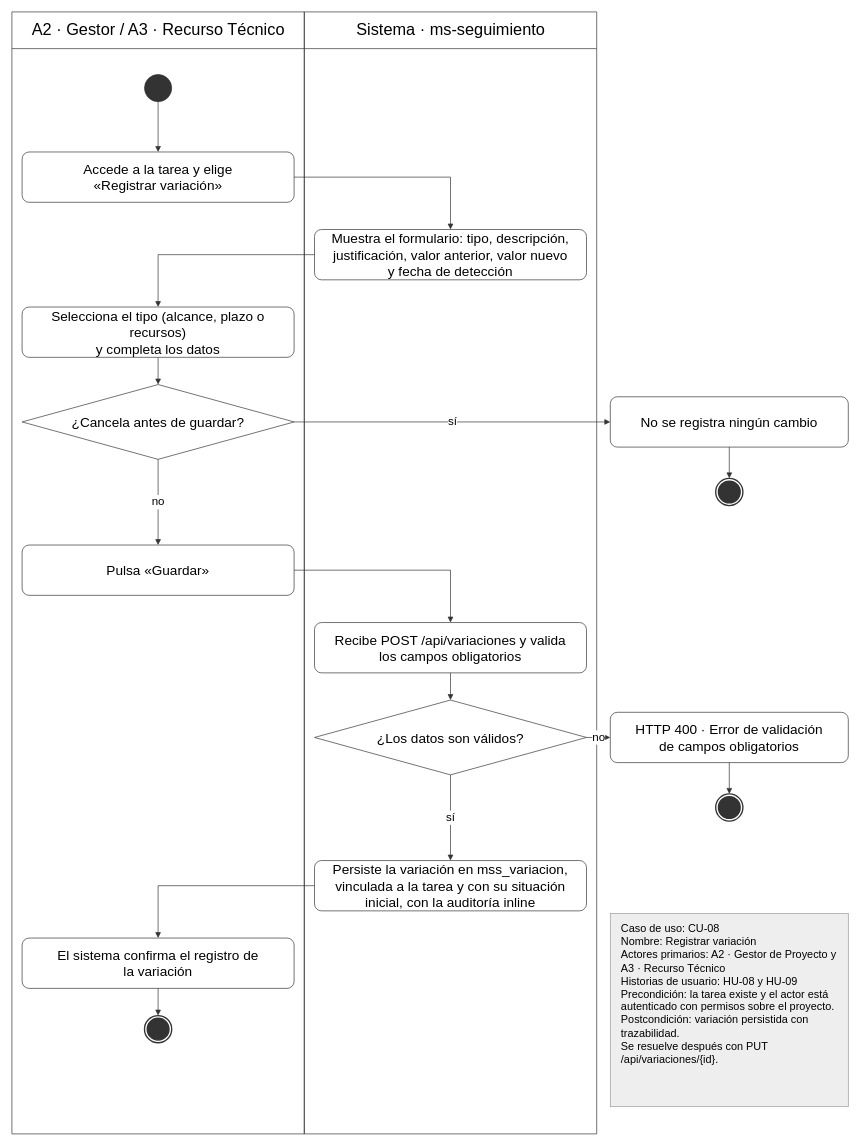
The draw.io diagram Docs/Diagramas/Actividad/CU-08_Registrar_Variacion.drawio in tfm-missi-2026/orquestacion, before the edit. Source tidied: cells renumbered, new cells numbered last; positions are measured from the earlier drawing's top-left corner, leaving out a move shared by most shapes. Both pictures are drawn from the tidied source at 68%, with x=0, y=0 at pixel (12, 12).
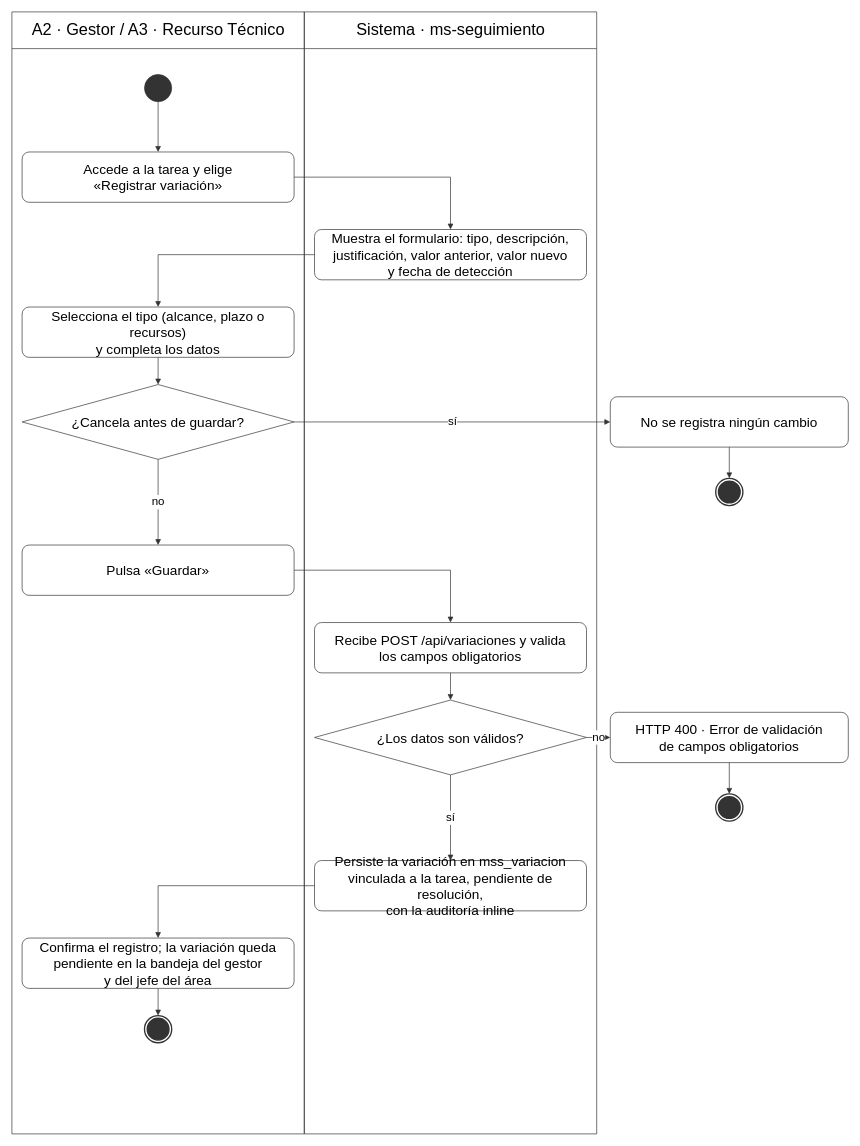
The same page after the edit.

Change to the diagram source:
```diff
@@
-    <mxCell id="16" value="Persiste la variación en mss_variacion,&lt;br&gt;vinculada a la tarea y con su situación&lt;br&gt;inicial, con la auditoría inline" style="rounded=1;arcSize=14;whiteSpace=wrap;html=1;fillColor=#FFFFFF;strokeColor=#333333;strokeWidth=1;fontColor=#000000;fontSize=20;shadow=0;verticalAlign=middle;align=center;spacingLeft=8;spacingRight=8;" parent="1" vertex="1">
+    <mxCell id="16" value="Persiste la variación en mss_variacion&lt;br&gt;vinculada a la tarea, pendiente de resolución,&lt;br&gt;con la auditoría inline" style="rounded=1;arcSize=14;whiteSpace=wrap;html=1;fillColor=#FFFFFF;strokeColor=#333333;strokeWidth=1;fontColor=#000000;fontSize=20;shadow=0;verticalAlign=middle;align=center;spacingLeft=8;spacingRight=8;" parent="1" vertex="1">
       <mxGeometry x="445" y="1248" width="400" height="74" as="geometry" />
     </mxCell>
-    <mxCell id="17" value="El sistema confirma el registro de&lt;br&gt;la variación" style="rounded=1;arcSize=14;whiteSpace=wrap;html=1;fillColor=#FFFFFF;strokeColor=#333333;strokeWidth=1;fontColor=#000000;fontSize=20;shadow=0;verticalAlign=middle;align=center;spacingLeft=8;spacingRight=8;" parent="1" vertex="1">
+    <mxCell id="17" value="Confirma el registro; la variación queda&lt;br&gt;pendiente en la bandeja del gestor&lt;br&gt;y del jefe del área" style="rounded=1;arcSize=14;whiteSpace=wrap;html=1;fillColor=#FFFFFF;strokeColor=#333333;strokeWidth=1;fontColor=#000000;fontSize=20;shadow=0;verticalAlign=middle;align=center;spacingLeft=8;spacingRight=8;" parent="1" vertex="1">
       <mxGeometry x="15" y="1362" width="400" height="74" as="geometry" />
     </mxCell>
@@
-    <mxCell id="33" value="Caso de uso: CU-08&lt;br&gt;Nombre: Registrar variación&lt;br&gt;Actores primarios: A2 · Gestor de Proyecto y&lt;br&gt;A3 · Recurso Técnico&lt;br&gt;Historias de usuario: HU-08 y HU-09&lt;br&gt;Precondición: la tarea existe y el actor está&lt;br&gt;autenticado con permisos sobre el proyecto.&lt;br&gt;Postcondición: variación persistida con trazabilidad.&lt;br&gt;Se resuelve después con PUT /api/variaciones/{id}." style="rounded=0;whiteSpace=wrap;html=1;fillColor=#EEEEEE;strokeColor=#999999;strokeWidth=1;fontColor=#000000;fontSize=16;align=left;verticalAlign=top;spacingLeft=14;spacingTop=6;shadow=0;" parent="1" vertex="1">
-      <mxGeometry x="880" y="1326" width="350" height="284" as="geometry" />
-    </mxCell>
```
